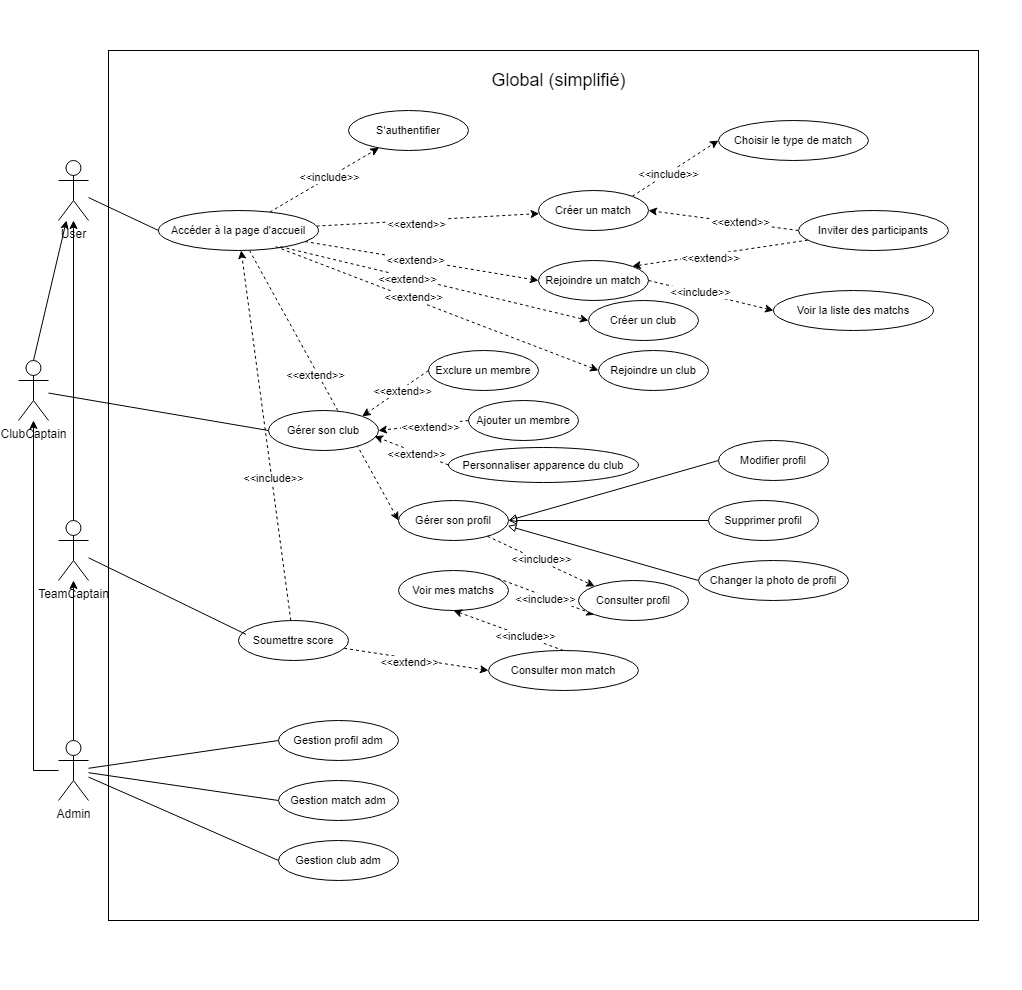
Before: Diagram use case Global simplifié.drawio.png, a diagram exported from draw.io (Mathistrg/Styx). Source tidied: cells renumbered, new cells last; positions are measured from the earlier drawing's top-left corner, leaving out a move shared by most shapes.
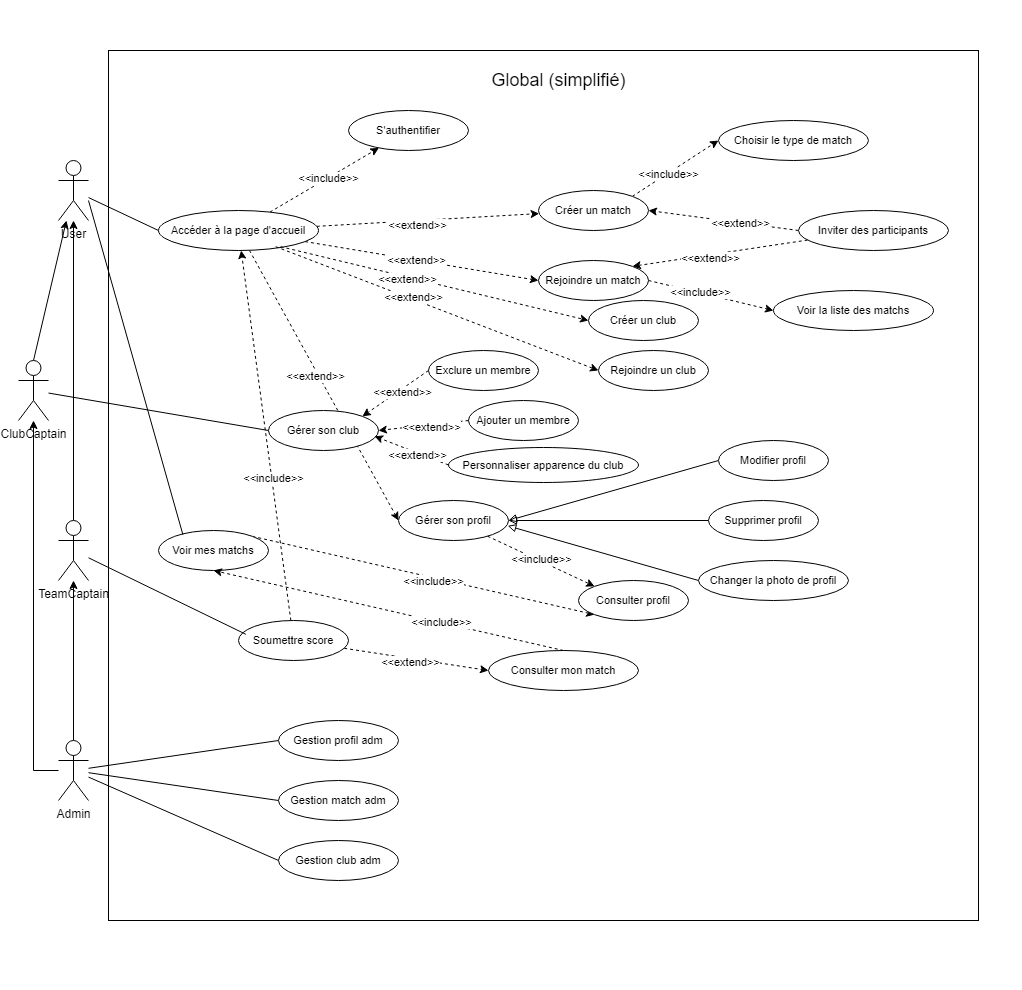
The same file after the commit.

Commit message:
Mettre à jour Diagram use case Global simplifié.drawio.png

Change to the diagram source:
```diff
@@ -186,7 +186,7 @@
       <mxGeometry x="680" y="560" width="150" height="40" as="geometry" />
     </mxCell>
     <mxCell id="61" value="Voir mes matchs" style="ellipse;whiteSpace=wrap;html=1;fontFamily=Helvetica;fontSize=11;fontColor=default;labelBackgroundColor=default;" parent="1" vertex="1">
-      <mxGeometry x="380" y="570" width="110" height="40" as="geometry" />
+      <mxGeometry x="140" y="530" width="110" height="40" as="geometry" />
     </mxCell>
     <mxCell id="62" value="Consulter mon match" style="ellipse;whiteSpace=wrap;html=1;fontFamily=Helvetica;fontSize=11;fontColor=default;labelBackgroundColor=default;" parent="1" vertex="1">
       <mxGeometry x="470" y="650" width="150" height="40" as="geometry" />
@@ -250,5 +250,10 @@
     <mxCell id="81" value="&amp;lt;&amp;lt;extend&amp;gt;&amp;gt;" style="edgeLabel;html=1;align=center;verticalAlign=middle;fontFamily=Helvetica;fontSize=11;fontColor=default;labelBackgroundColor=default;" parent="80" vertex="1">
       <mxGeometry x="-0.16" y="2" relative="1" as="geometry" />
     </mxCell>
+    <mxCell id="82" style="rounded=0;jettySize=auto;html=1;entryX=0.222;entryY=0.105;entryDx=0;entryDy=0;endArrow=none;endFill=0;entryPerimeter=0;" parent="1" edge="1" target="61">
+      <mxGeometry relative="1" as="geometry">
+        <mxPoint x="70" y="200" as="sourcePoint" />
+      </mxGeometry>
+    </mxCell>
   </root>
 </mxGraphModel>
```
